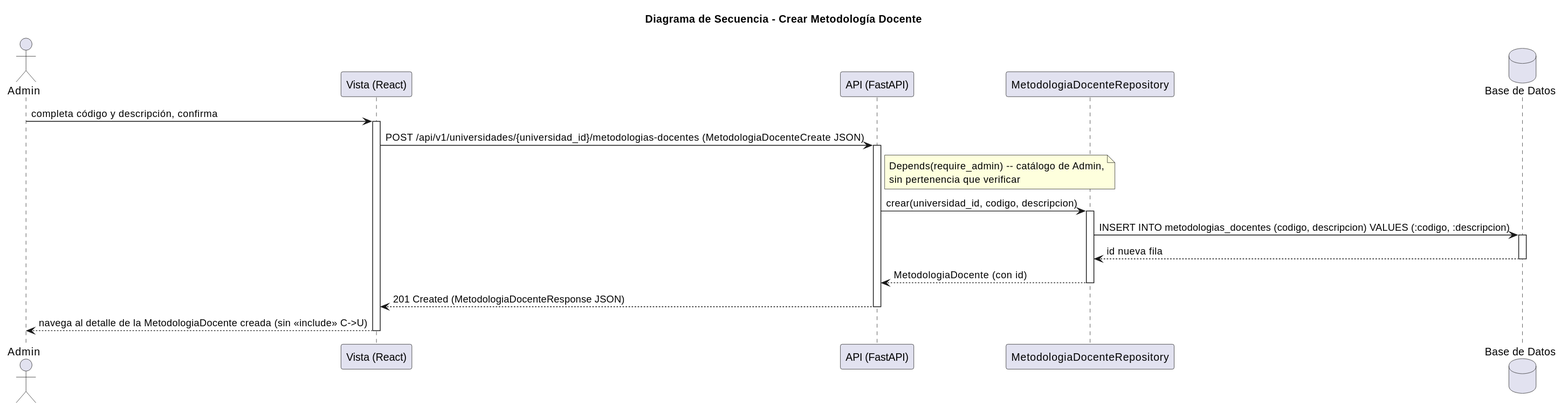
This is images/RUP/03-diseño/casos-uso/crearMetodologiaDocente/secuencia.svg from mmasias/pyCeldaPublico, a PlantUML export, as it was before one commit.
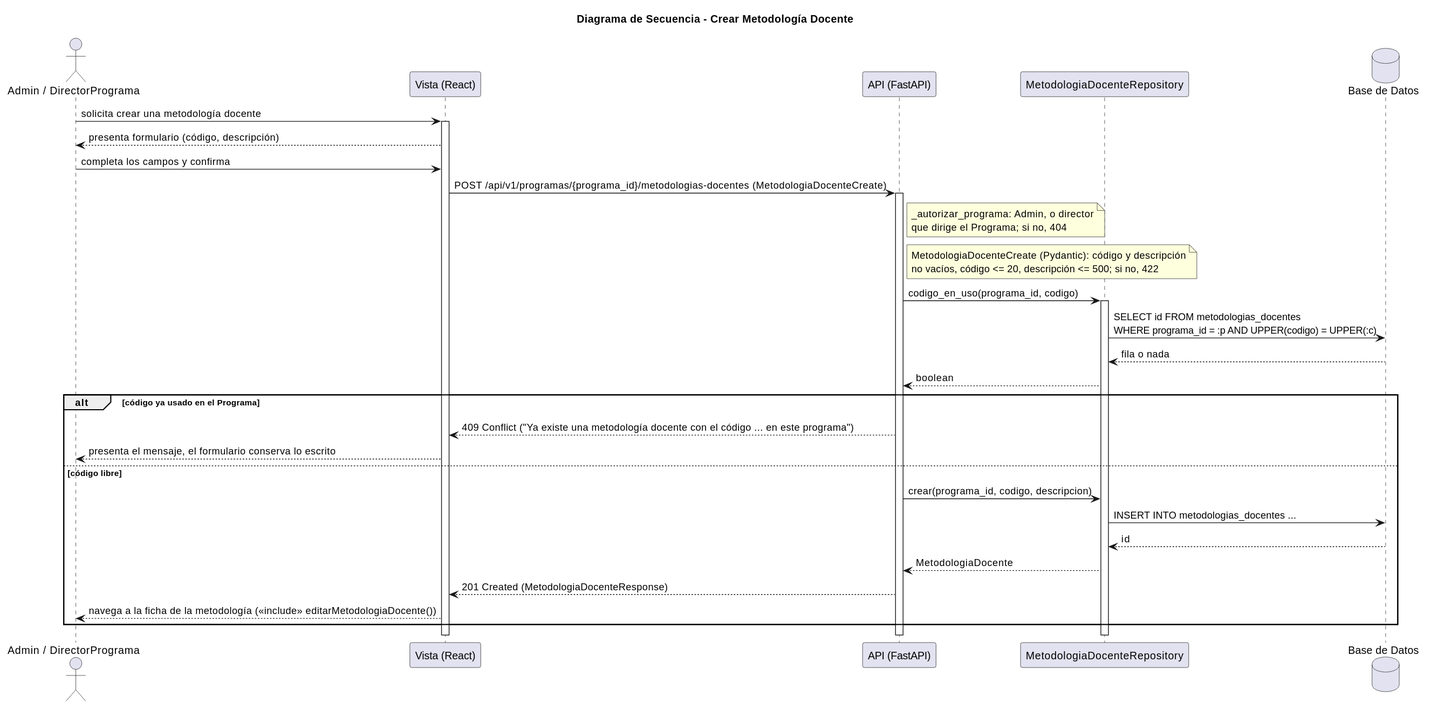
The same file after the commit.

Change to the diagram source:
```diff
@@ -1,27 +1,37 @@
 @startuml
 title Diagrama de Secuencia - Crear Metodología Docente
 
-actor "Admin" as Admin
+actor "Admin / DirectorPrograma" as Actor
 participant "Vista (React)" as Vista
 participant "API (FastAPI)" as API
-participant "MetodologiaDocenteRepository" as MetodologiaRepo
+participant "MetodologiaDocenteRepository" as Repo
 database "Base de Datos" as DB
 
-Admin -> Vista: completa código y descripción, confirma
+Actor -> Vista: solicita crear una metodología docente
 activate Vista
-Vista -> API: POST /api/v1/universidades/{universidad_id}/metodologias-docentes (MetodologiaDocenteCreate JSON)
+Vista --> Actor: presenta formulario (código, descripción)
+Actor -> Vista: completa los campos y confirma
+Vista -> API: POST /api/v1/programas/{programa_id}/metodologias-docentes (MetodologiaDocenteCreate)
 activate API
-note right of API: Depends(require_admin) -- catálogo de Admin,\nsin pertenencia que verificar
-API -> MetodologiaRepo: crear(universidad_id, codigo, descripcion)
-activate MetodologiaRepo
-MetodologiaRepo -> DB: INSERT INTO metodologias_docentes (codigo, descripcion) VALUES (:codigo, :descripcion)
-activate DB
-DB --> MetodologiaRepo: id nueva fila
-deactivate DB
-MetodologiaRepo --> API: MetodologiaDocente (con id)
-deactivate MetodologiaRepo
-API --> Vista: 201 Created (MetodologiaDocenteResponse JSON)
+note right of API: _autorizar_programa: Admin, o director\nque dirige el Programa; si no, 404
+note right of API: MetodologiaDocenteCreate (Pydantic): código y descripción\nno vacíos, código <= 20, descripción <= 500; si no, 422
+API -> Repo: codigo_en_uso(programa_id, codigo)
+activate Repo
+Repo -> DB: SELECT id FROM metodologias_docentes\nWHERE programa_id = :p AND UPPER(codigo) = UPPER(:c)
+DB --> Repo: fila o nada
+Repo --> API: boolean
+alt código ya usado en el Programa
+  API --> Vista: 409 Conflict ("Ya existe una metodología docente con el código ... en este programa")
+  Vista --> Actor: presenta el mensaje, el formulario conserva lo escrito
+else código libre
+  API -> Repo: crear(programa_id, codigo, descripcion)
+  Repo -> DB: INSERT INTO metodologias_docentes ...
+  DB --> Repo: id
+  Repo --> API: MetodologiaDocente
+  API --> Vista: 201 Created (MetodologiaDocenteResponse)
+  Vista --> Actor: navega a la ficha de la metodología (<<include>> editarMetodologiaDocente())
+end
+deactivate Repo
 deactivate API
-Vista --> Admin: navega al detalle de la MetodologiaDocente creada (sin <<include>> C->U)
 deactivate Vista
 @enduml
```
